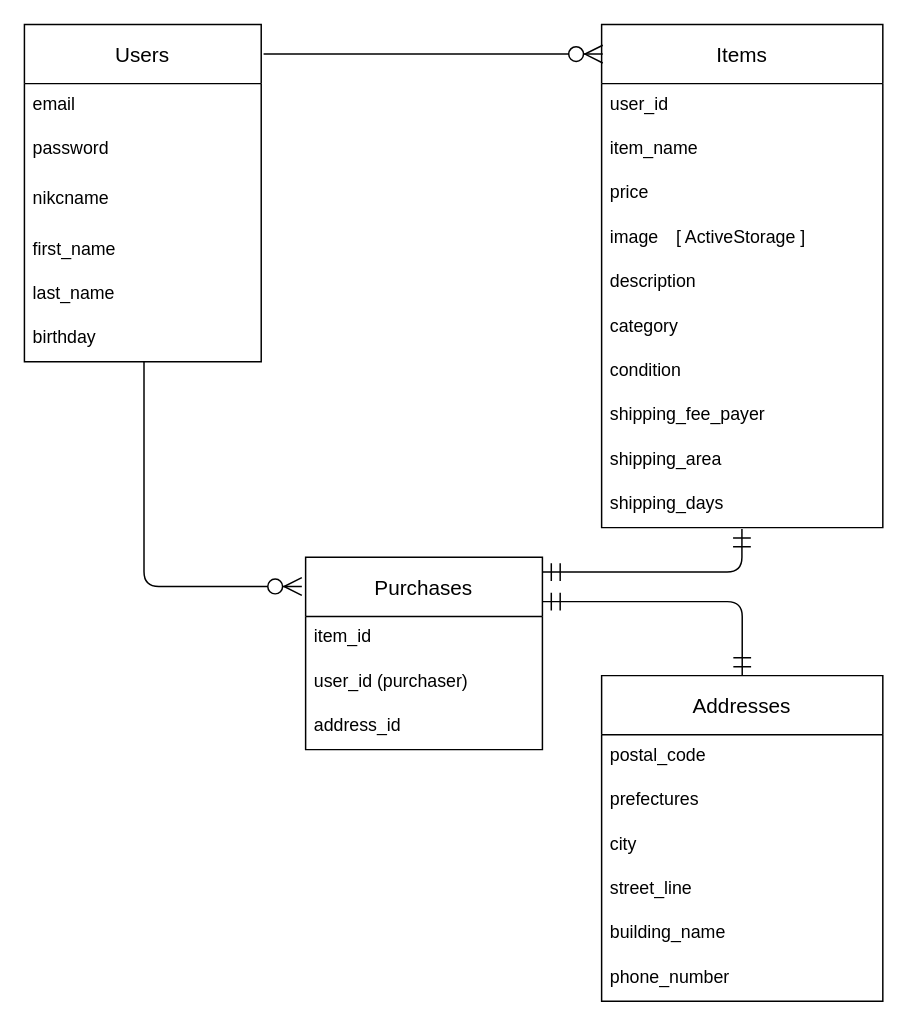
Above: databease.dio in Ryosuker/furima-41550 (draw.io), before the change. Source tidied: cells renumbered, new cells numbered last; positions are measured from the earlier drawing's top-left corner, leaving out a move shared by most shapes. Both pictures are drawn from the tidied source at 148%, with x=0, y=0 at pixel (24, 24).
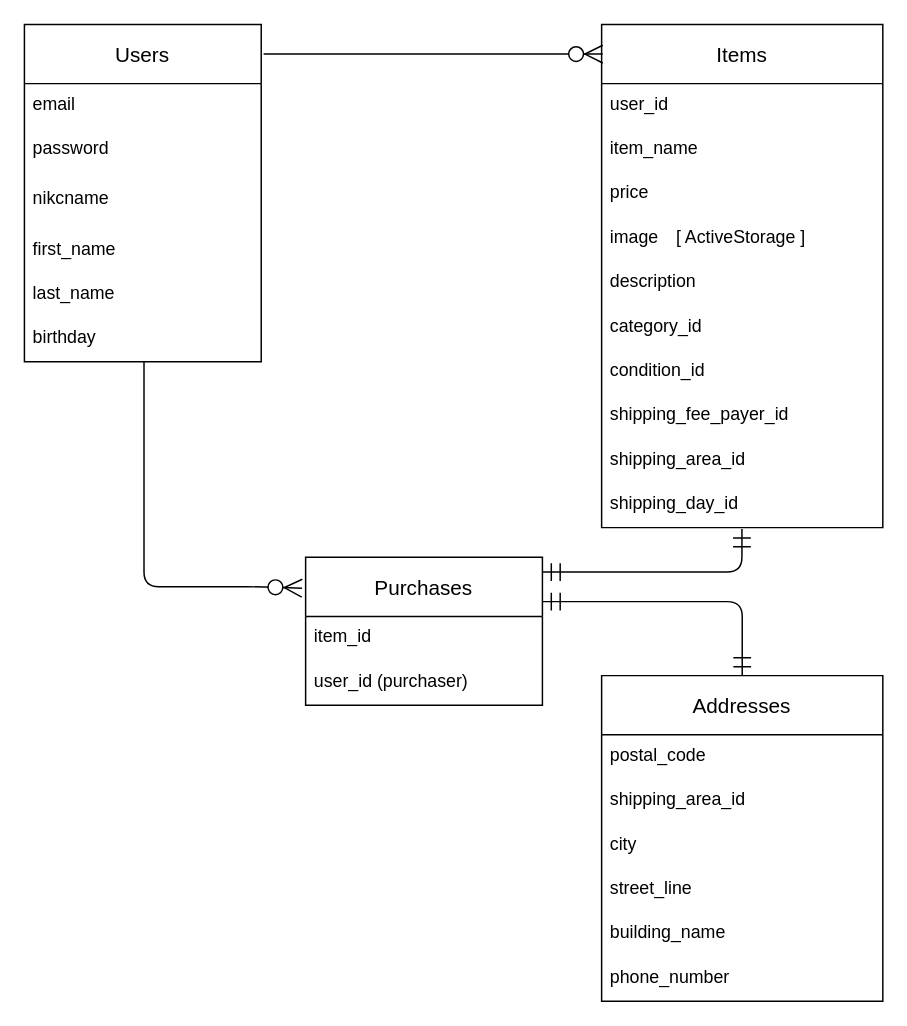
Above is the later version.

Unchanged cells that the change refers to:
```xml
<mxCell id="8" value="birthday" style="text;strokeColor=none;fillColor=none;spacingLeft=4;spacingRight=4;overflow=hidden;points=[[0,0.5],[1,0.5]];portConstraint=eastwest;fontSize=12;" parent="2" vertex="1">
  <mxGeometry y="198" width="160" height="30" as="geometry" />
</mxCell>
<mxCell id="9" value="Items" style="swimlane;fontStyle=0;horizontal=1;startSize=40;align=center;fontSize=14;" parent="1" vertex="1">
  <mxGeometry x="390" width="190" height="340" as="geometry" />
</mxCell>
<mxCell id="20" value="Addresses" style="swimlane;fontStyle=0;horizontal=1;startSize=40;align=center;fontSize=14;" parent="1" vertex="1">
  <mxGeometry x="390" y="440" width="190" height="220" as="geometry" />
</mxCell>
```

Change to the diagram source:
```diff
@@
-    <mxCell id="15" value="category" style="text;strokeColor=none;fillColor=none;spacingLeft=4;spacingRight=4;overflow=hidden;fontSize=12;" parent="9" vertex="1">
+    <mxCell id="15" value="category_id" style="text;strokeColor=none;fillColor=none;spacingLeft=4;spacingRight=4;overflow=hidden;fontSize=12;" parent="9" vertex="1">
       <mxGeometry y="190" width="190" height="30" as="geometry" />
     </mxCell>
-    <mxCell id="16" value="condition" style="text;strokeColor=none;fillColor=none;spacingLeft=4;spacingRight=4;overflow=hidden;fontSize=12;" parent="9" vertex="1">
+    <mxCell id="16" value="condition_id" style="text;strokeColor=none;fillColor=none;spacingLeft=4;spacingRight=4;overflow=hidden;fontSize=12;" parent="9" vertex="1">
       <mxGeometry y="220" width="190" height="30" as="geometry" />
     </mxCell>
-    <mxCell id="17" value="shipping_fee_payer" style="text;strokeColor=none;fillColor=none;spacingLeft=4;spacingRight=4;overflow=hidden;fontSize=12;" parent="9" vertex="1">
+    <mxCell id="17" value="shipping_fee_payer_id" style="text;strokeColor=none;fillColor=none;spacingLeft=4;spacingRight=4;overflow=hidden;fontSize=12;" parent="9" vertex="1">
       <mxGeometry y="250" width="190" height="30" as="geometry" />
     </mxCell>
-    <mxCell id="18" value="shipping_area" style="text;strokeColor=none;fillColor=none;spacingLeft=4;spacingRight=4;overflow=hidden;fontSize=12;" parent="9" vertex="1">
+    <mxCell id="18" value="shipping_area_id" style="text;strokeColor=none;fillColor=none;spacingLeft=4;spacingRight=4;overflow=hidden;fontSize=12;" parent="9" vertex="1">
       <mxGeometry y="280" width="190" height="30" as="geometry" />
     </mxCell>
-    <mxCell id="19" value="shipping_days" style="text;strokeColor=none;fillColor=none;spacingLeft=4;spacingRight=4;overflow=hidden;points=[[0,0.5],[1,0.5]];portConstraint=eastwest;fontSize=12;" parent="9" vertex="1">
+    <mxCell id="19" value="shipping_day_id" style="text;strokeColor=none;fillColor=none;spacingLeft=4;spacingRight=4;overflow=hidden;points=[[0,0.5],[1,0.5]];portConstraint=eastwest;fontSize=12;" parent="9" vertex="1">
       <mxGeometry y="310" width="190" height="30" as="geometry" />
     </mxCell>
@@
-    <mxCell id="22" value="prefectures" style="text;strokeColor=none;fillColor=none;spacingLeft=4;spacingRight=4;overflow=hidden;fontSize=12;" parent="20" vertex="1">
+    <mxCell id="22" value="shipping_area_id" style="text;strokeColor=none;fillColor=none;spacingLeft=4;spacingRight=4;overflow=hidden;fontSize=12;" parent="20" vertex="1">
       <mxGeometry y="70" width="190" height="30" as="geometry" />
     </mxCell>
@@
     <mxCell id="27" value="Purchases" style="swimlane;fontStyle=0;horizontal=1;startSize=40;align=center;fontSize=14;" parent="1" vertex="1">
-      <mxGeometry x="190" y="360" width="160" height="130" as="geometry" />
+      <mxGeometry x="190" y="360" width="160" height="100" as="geometry" />
     </mxCell>
@@
-    <mxCell id="30" value="address_id" style="text;strokeColor=none;fillColor=none;spacingLeft=4;spacingRight=4;overflow=hidden;fontSize=12;" parent="27" vertex="1">
-      <mxGeometry y="100" width="160" height="30" as="geometry" />
-    </mxCell>
@@
-    <mxCell id="32" style="edgeStyle=orthogonalEdgeStyle;fontSize=12;html=1;endArrow=ERzeroToMany;endFill=1;entryX=-0.016;entryY=0.152;entryDx=0;entryDy=0;entryPerimeter=0;exitX=0.505;exitY=0.989;exitDx=0;exitDy=0;exitPerimeter=0;endSize=10;" parent="1" edge="1" source="8" target="27">
+    <mxCell id="32" style="edgeStyle=orthogonalEdgeStyle;fontSize=12;html=1;endArrow=ERzeroToMany;endFill=1;exitX=0.505;exitY=0.989;exitDx=0;exitDy=0;exitPerimeter=0;endSize=10;entryX=-0.015;entryY=0.209;entryDx=0;entryDy=0;entryPerimeter=0;" parent="1" edge="1" source="8" target="27">
       <mxGeometry relative="1" as="geometry">
         <Array as="points">
           <mxPoint x="81" y="380" />
+          <mxPoint x="160" y="380" />
         </Array>
       </mxGeometry>
     </mxCell>
```
